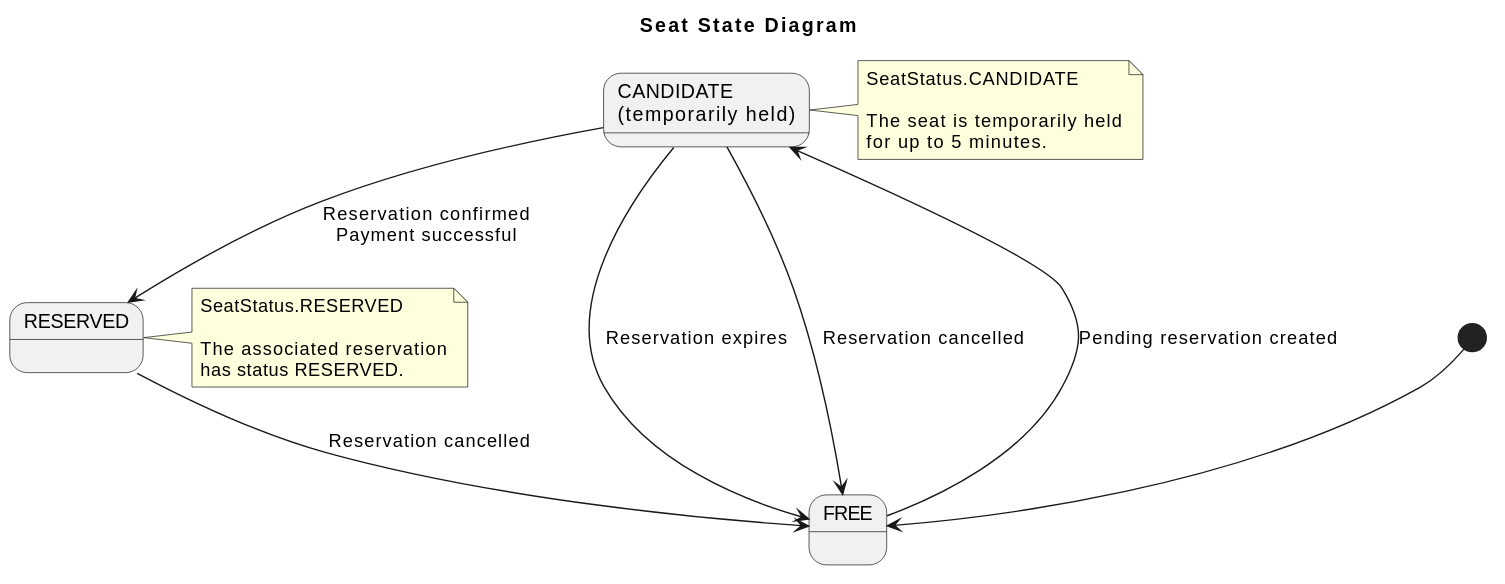
Above: diagrams/StateDiagrams/SeatStateDiagram.svg in MatinoTekkit/swi_cinema (PlantUML), before the change.
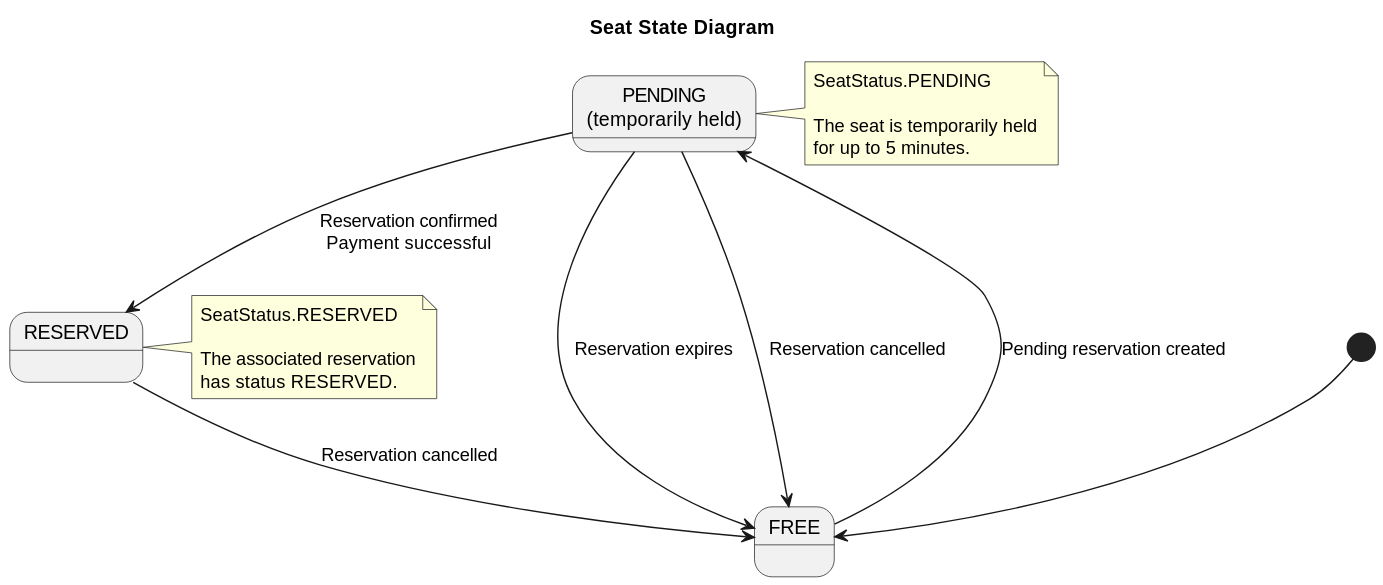
Later version of the same file.

The edit, as a diff of the source:
```diff
@@ -2,22 +2,22 @@
 title Seat State Diagram
 
 state "FREE" as Free
-state "CANDIDATE\n(temporarily held)" as Candidate
+state "PENDING\n(temporarily held)" as Pending
 state "RESERVED" as Reserved
 
 [*] --> Free
 
-Free --> Candidate : Pending reservation created
+Free --> Pending : Pending reservation created
 
-Candidate --> Reserved : Reservation confirmed\nPayment successful
+Pending --> Reserved : Reservation confirmed\nPayment successful
 
-Candidate --> Free : Reservation expires
-Candidate --> Free : Reservation cancelled
+Pending --> Free : Reservation expires
+Pending --> Free : Reservation cancelled
 
 Reserved --> Free : Reservation cancelled
 
-note right of Candidate
-SeatStatus.CANDIDATE
+note right of Pending
+SeatStatus.PENDING
 
 The seat is temporarily held
 for up to 5 minutes.
```
